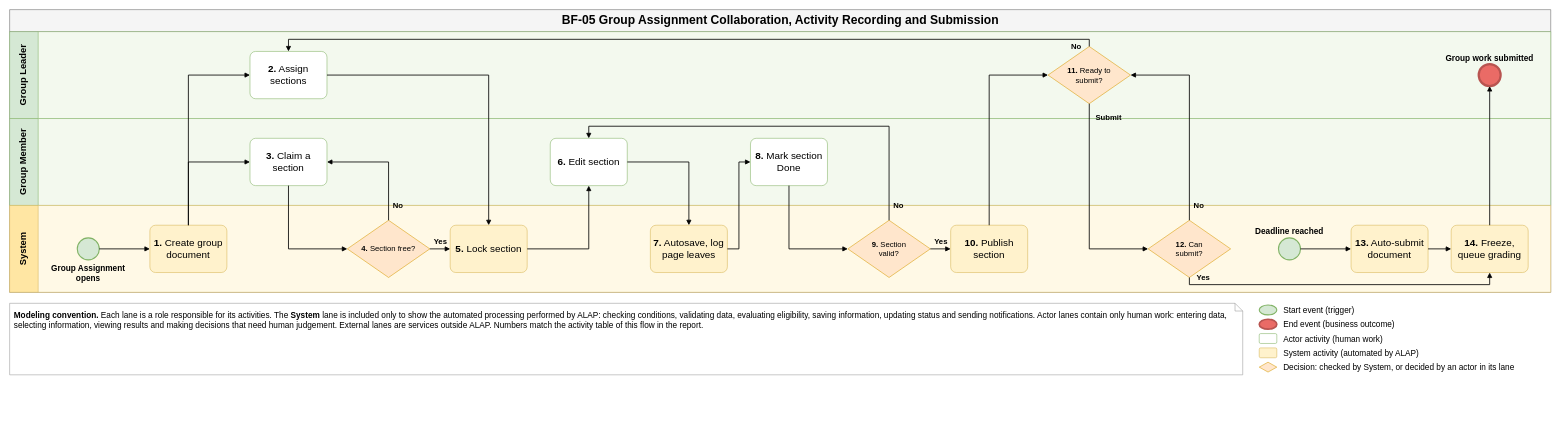
This is aidlc-docs/inception/main-business-flows/BF-05-Group-Assignment-Collaboration-and-Submission.drawio from hygef-v4/AI-Powered-Learning-Platform, a draw.io file, before an edit. Source tidied: cells renumbered, new cells numbered last; positions are measured from the earlier drawing's top-left corner, leaving out a move shared by most shapes. Both pictures are drawn from the tidied source at 55%, with x=0, y=0 at pixel (9, 9).
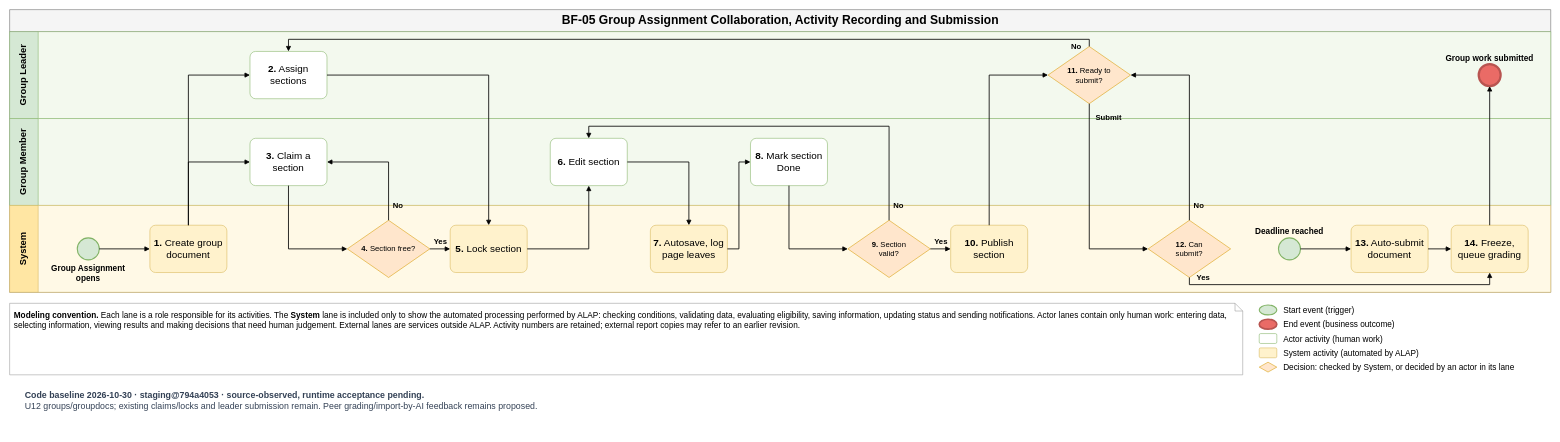
The same diagram, later.

The edit, as a diff of the source:
```diff
@@
-    <mxCell id="44" value="&lt;b&gt;Modeling convention.&lt;/b&gt; Each lane is a role responsible for its activities. The &lt;b&gt;System&lt;/b&gt; lane is included only to show the automated processing performed by ALAP: checking conditions, validating data, evaluating eligibility, saving information, updating status and sending notifications. Actor lanes contain only human work: entering data, selecting information, viewing results and making decisions that need human judgement. External lanes are services outside ALAP. Numbers match the activity table of this flow in the report." style="shape=note;whiteSpace=wrap;html=1;size=14;fillColor=#FFFFFF;strokeColor=#999999;fontSize=15;align=left;verticalAlign=top;spacing=8;" parent="1" vertex="1">
+    <mxCell id="44" value="&lt;b&gt;Modeling convention.&lt;/b&gt; Each lane is a role responsible for its activities. The &lt;b&gt;System&lt;/b&gt; lane is included only to show the automated processing performed by ALAP: checking conditions, validating data, evaluating eligibility, saving information, updating status and sending notifications. Actor lanes contain only human work: entering data, selecting information, viewing results and making decisions that need human judgement. External lanes are services outside ALAP. Activity numbers are retained; external report copies may refer to an earlier revision." style="shape=note;whiteSpace=wrap;html=1;size=14;fillColor=#FFFFFF;strokeColor=#999999;fontSize=15;align=left;verticalAlign=top;spacing=8;" parent="1" vertex="1">
       <mxGeometry y="534" width="2242" height="130" as="geometry" />
     </mxCell>
@@
+    <mxCell id="55" value="&lt;b&gt;Code baseline 2026-10-30 · staging@794a4053 · source-observed, runtime acceptance pending.&lt;/b&gt;&lt;br&gt;U12 groups/groupdocs; existing claims/locks and leader submission remain. Peer grading/import-by-AI feedback remains proposed." style="text;html=1;whiteSpace=wrap;align=left;verticalAlign=top;fontSize=16;fontColor=#334155;spacing=8;" parent="1" vertex="1">
+      <mxGeometry x="20" y="679" width="2762" height="90" as="geometry" />
+    </mxCell>
```
